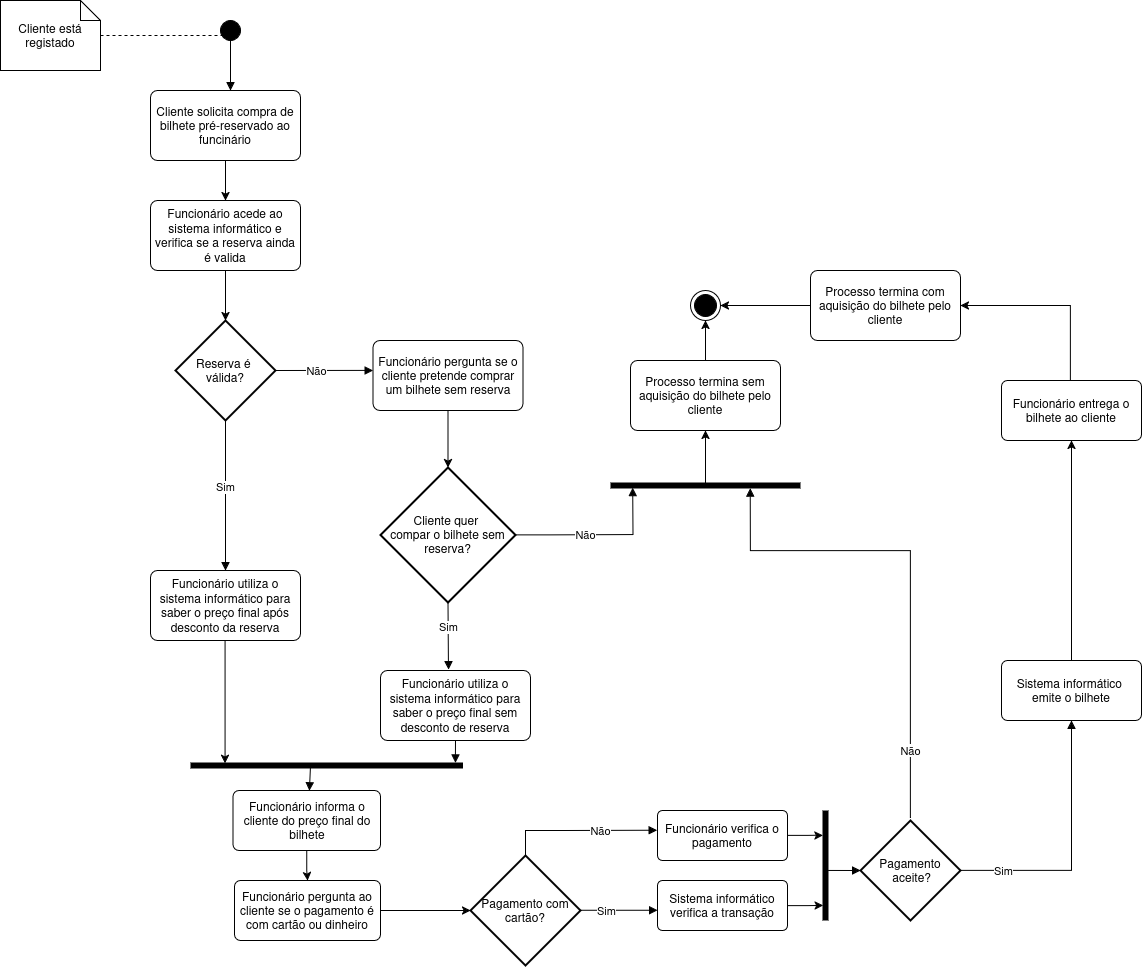
Earlier version of the draw.io export UML_Atividades.drawio.png (leorsd/ESOF_UML). Source tidied: cells renumbered, new cells last; positions are measured from the earlier drawing's top-left corner, leaving out a move shared by most shapes.
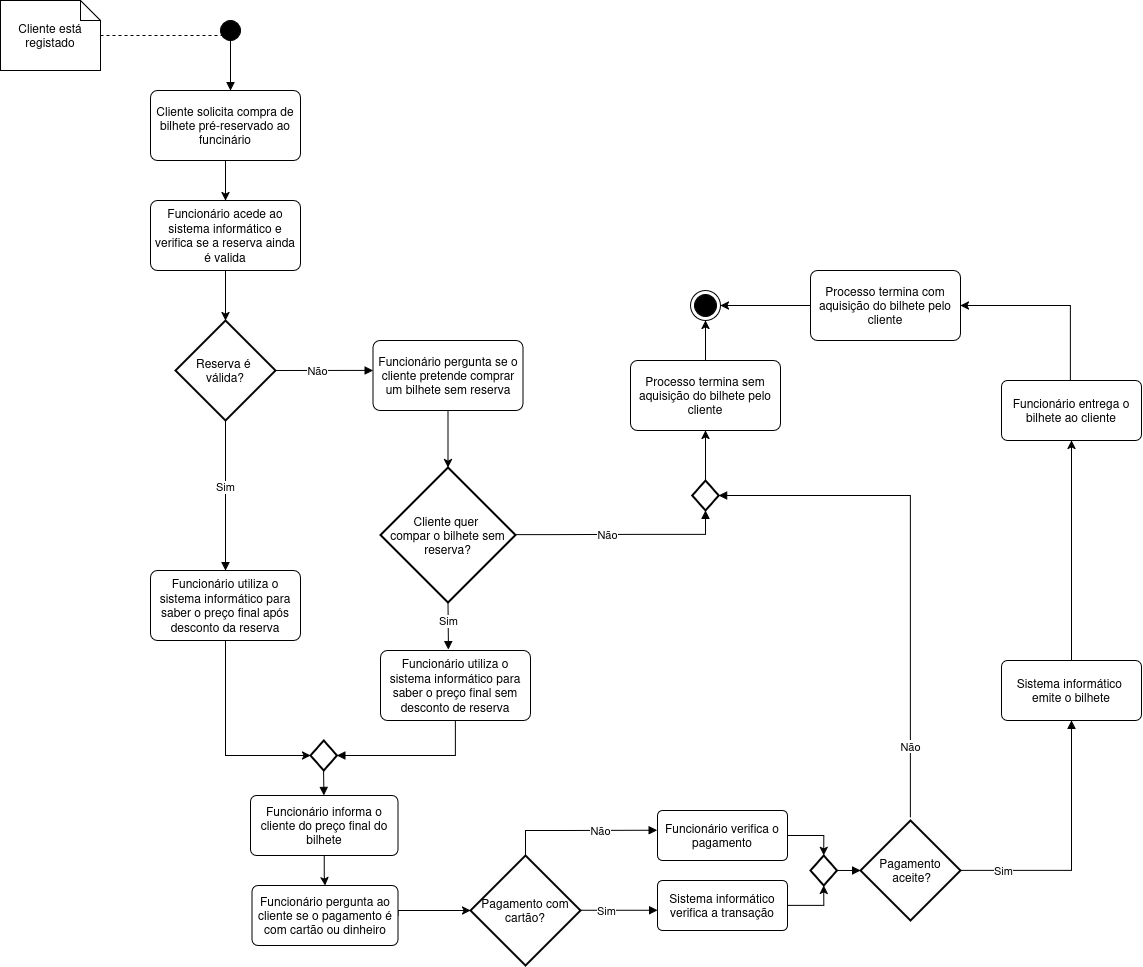
The same diagram one commit later.

The edit, as a diff of the source:
```diff
@@ -46,22 +46,23 @@
     <mxCell id="14" value="&lt;div&gt;Cliente quer&amp;nbsp;&lt;/div&gt;&lt;div&gt;compar o bilhete sem reserva?&lt;/div&gt;" style="strokeWidth=2;html=1;shape=mxgraph.flowchart.decision;whiteSpace=wrap;" parent="1" vertex="1">
       <mxGeometry x="380" y="467" width="135" height="135" as="geometry" />
     </mxCell>
-    <mxCell id="15" value="Não" style="endArrow=block;endSize=6;endFill=1;html=1;rounded=0;exitX=1;exitY=0.5;exitDx=0;exitDy=0;exitPerimeter=0;entryX=0.117;entryY=0.704;entryDx=0;entryDy=0;entryPerimeter=0;" parent="1" edge="1" target="42">
+    <mxCell id="15" value="Não" style="endArrow=block;endSize=6;endFill=1;html=1;rounded=0;exitX=1;exitY=0.5;exitDx=0;exitDy=0;exitPerimeter=0;entryX=0.5;entryY=1;entryDx=0;entryDy=0;entryPerimeter=0;" parent="1" edge="1" target="52">
       <mxGeometry x="-0.14" relative="1" as="geometry">
         <mxPoint x="515" y="534.3" as="sourcePoint" />
         <Array as="points">
           <mxPoint x="550" y="534.3" />
           <mxPoint x="632.5" y="534" />
+          <mxPoint x="705" y="534" />
         </Array>
       </mxGeometry>
     </mxCell>
     <mxCell id="16" value="Sim" style="html=1;verticalAlign=bottom;endArrow=block;curved=0;rounded=0;exitX=0.5;exitY=1;exitDx=0;exitDy=0;exitPerimeter=0;entryX=0.453;entryY=-0.011;entryDx=0;entryDy=0;entryPerimeter=0;" parent="1" edge="1" source="14" target="21">
-      <mxGeometry relative="1" as="geometry" />
+      <mxGeometry x="0.19" relative="1" as="geometry" />
     </mxCell>
-    <mxCell id="17" style="edgeStyle=orthogonalEdgeStyle;rounded=0;jettySize=auto;html=1;entryX=0.127;entryY=0.281;entryDx=0;entryDy=0;entryPerimeter=0;" parent="1" edge="1" source="18" target="22">
+    <mxCell id="17" style="edgeStyle=orthogonalEdgeStyle;rounded=0;jettySize=auto;html=1;entryX=0;entryY=0.5;entryDx=0;entryDy=0;entryPerimeter=0;" parent="1" edge="1" source="18" target="50">
       <mxGeometry relative="1" as="geometry">
         <Array as="points">
-          <mxPoint x="225" y="763" />
+          <mxPoint x="225" y="755" />
         </Array>
       </mxGeometry>
     </mxCell>
@@ -72,25 +73,33 @@
       <mxGeometry relative="1" as="geometry" />
     </mxCell>
     <mxCell id="20" value="Funcionário informa o cliente do preço final do bilhete " style="rounded=1;arcSize=10;whiteSpace=wrap;html=1;align=center;" parent="1" vertex="1">
-      <mxGeometry x="232.5" y="790" width="147.5" height="60" as="geometry" />
+      <mxGeometry x="250" y="795" width="147.5" height="60" as="geometry" />
     </mxCell>
     <mxCell id="21" value="Funcionário utiliza o sistema informático para saber o preço final sem desconto de reserva" style="rounded=1;arcSize=10;whiteSpace=wrap;html=1;align=center;" parent="1" vertex="1">
-      <mxGeometry x="380" y="670" width="150" height="70" as="geometry" />
+      <mxGeometry x="380" y="650" width="150" height="70" as="geometry" />
     </mxCell>
-    <mxCell id="22" style="line;strokeWidth=6;fillColor=none;align=left;verticalAlign=middle;spacingTop=-1;spacingLeft=3;spacingRight=3;labelPosition=right;points=[];portConstraint=eastwest;strokeColor=inherit;" parent="1" vertex="1">
-      <mxGeometry x="190" y="760" width="272.5" height="10" as="geometry" />
-    </mxCell>
-    <mxCell id="23" style="endArrow=block;html=1;rounded=0;exitX=0.5;exitY=1;exitDx=0;exitDy=0;endFill=1;entryX=0.972;entryY=0.242;entryDx=0;entryDy=0;entryPerimeter=0;" parent="1" edge="1" source="21" target="22">
-      <mxGeometry relative="1" as="geometry" />
+    <mxCell id="23" style="endArrow=block;html=1;rounded=0;exitX=0.5;exitY=1;exitDx=0;exitDy=0;endFill=1;entryX=1;entryY=0.5;entryDx=0;entryDy=0;entryPerimeter=0;" parent="1" edge="1" source="21" target="50">
+      <mxGeometry relative="1" as="geometry">
+        <Array as="points">
+          <mxPoint x="455" y="755" />
+        </Array>
+      </mxGeometry>
     </mxCell>
-    <mxCell id="24" style="endArrow=block;html=1;rounded=0;exitX=0.44;exitY=0.739;exitDx=0;exitDy=0;endFill=1;exitPerimeter=0;entryX=0.518;entryY=0.003;entryDx=0;entryDy=0;entryPerimeter=0;" parent="1" edge="1" source="22" target="20">
-      <mxGeometry relative="1" as="geometry" />
+    <mxCell id="24" style="endArrow=block;html=1;rounded=0;endFill=1;entryX=0.518;entryY=0.003;entryDx=0;entryDy=0;entryPerimeter=0;" parent="1" edge="1">
+      <mxGeometry relative="1" as="geometry">
+        <mxPoint x="323.1" y="769.8" as="sourcePoint" />
+        <mxPoint x="323.5" y="795" as="targetPoint" />
+      </mxGeometry>
     </mxCell>
     <mxCell id="25" value="Pagamento com cartão?" style="strokeWidth=2;html=1;shape=mxgraph.flowchart.decision;whiteSpace=wrap;" parent="1" vertex="1">
       <mxGeometry x="470" y="855" width="110" height="110" as="geometry" />
     </mxCell>
     <mxCell id="26" style="edgeStyle=orthogonalEdgeStyle;rounded=0;jettySize=auto;html=1;entryX=0;entryY=0.5;entryDx=0;entryDy=0;entryPerimeter=0;exitX=1;exitY=0.5;exitDx=0;exitDy=0;" parent="1" edge="1" source="48" target="25">
-      <mxGeometry relative="1" as="geometry" />
+      <mxGeometry relative="1" as="geometry">
+        <Array as="points">
+          <mxPoint x="398" y="910" />
+        </Array>
+      </mxGeometry>
     </mxCell>
     <mxCell id="27" value="Não" style="endArrow=block;endSize=6;endFill=1;html=1;rounded=0;exitX=0.5;exitY=0;exitDx=0;exitDy=0;exitPerimeter=0;entryX=-0.002;entryY=0.394;entryDx=0;entryDy=0;entryPerimeter=0;" parent="1" edge="1" source="25" target="38">
       <mxGeometry x="0.27" relative="1" as="geometry">
@@ -100,17 +109,15 @@
         </Array>
       </mxGeometry>
     </mxCell>
-    <mxCell id="28" style="line;strokeWidth=6;fillColor=none;align=left;verticalAlign=middle;spacingTop=-1;spacingLeft=3;spacingRight=3;labelPosition=right;points=[];portConstraint=eastwest;strokeColor=inherit;direction=south;" parent="1" vertex="1">
-      <mxGeometry x="820" y="810" width="10" height="110" as="geometry" />
-    </mxCell>
     <mxCell id="29" value="&lt;div&gt;Pagamento&lt;/div&gt;&lt;div&gt;&amp;nbsp;aceite?&lt;/div&gt;" style="strokeWidth=2;html=1;shape=mxgraph.flowchart.decision;whiteSpace=wrap;" parent="1" vertex="1">
       <mxGeometry x="860" y="820" width="100" height="100" as="geometry" />
     </mxCell>
     <mxCell id="30" style="ellipse;html=1;shape=endState;fillColor=#000000;strokeColor=#000000;" parent="1" vertex="1">
       <mxGeometry x="690" y="290" width="30" height="30" as="geometry" />
     </mxCell>
-    <mxCell id="31" style="endArrow=block;html=1;rounded=0;endFill=1;exitX=0.545;exitY=0.237;exitDx=0;exitDy=0;exitPerimeter=0;" parent="1" edge="1" source="28">
+    <mxCell id="31" style="endArrow=block;html=1;rounded=0;endFill=1;exitX=0.545;exitY=0.237;exitDx=0;exitDy=0;exitPerimeter=0;" parent="1" edge="1">
       <mxGeometry relative="1" as="geometry">
+        <mxPoint x="827.6" y="869.9" as="sourcePoint" />
         <mxPoint x="860" y="870" as="targetPoint" />
       </mxGeometry>
     </mxCell>
@@ -136,13 +143,13 @@
     <mxCell id="36" value="Funcionário entrega o bilhete ao cliente" style="rounded=1;arcSize=10;whiteSpace=wrap;html=1;align=center;" parent="1" vertex="1">
       <mxGeometry x="1001" y="380" width="140" height="60" as="geometry" />
     </mxCell>
-    <mxCell id="37" style="edgeStyle=orthogonalEdgeStyle;rounded=0;jettySize=auto;html=1;entryX=0.225;entryY=0.747;entryDx=0;entryDy=0;entryPerimeter=0;" parent="1" edge="1" source="38" target="28">
+    <mxCell id="37" style="edgeStyle=orthogonalEdgeStyle;rounded=0;jettySize=auto;html=1;entryX=0.5;entryY=0;entryDx=0;entryDy=0;entryPerimeter=0;" parent="1" edge="1" source="38" target="51">
       <mxGeometry relative="1" as="geometry" />
     </mxCell>
     <mxCell id="38" value="Funcionário verifica o pagamento" style="rounded=1;arcSize=10;whiteSpace=wrap;html=1;align=center;" parent="1" vertex="1">
       <mxGeometry x="657" y="810" width="130" height="50" as="geometry" />
     </mxCell>
-    <mxCell id="39" style="edgeStyle=orthogonalEdgeStyle;rounded=0;jettySize=auto;html=1;entryX=0.862;entryY=0.727;entryDx=0;entryDy=0;entryPerimeter=0;" parent="1" edge="1" source="40" target="28">
+    <mxCell id="39" style="edgeStyle=orthogonalEdgeStyle;rounded=0;jettySize=auto;html=1;entryX=0.5;entryY=1;entryDx=0;entryDy=0;entryPerimeter=0;" parent="1" edge="1" source="40" target="51">
       <mxGeometry relative="1" as="geometry" />
     </mxCell>
     <mxCell id="40" value="Sistema informático verifica a transação" style="rounded=1;arcSize=10;whiteSpace=wrap;html=1;align=center;" parent="1" vertex="1">
@@ -154,9 +161,6 @@
         <mxPoint x="657" y="909.8" as="targetPoint" />
       </mxGeometry>
     </mxCell>
-    <mxCell id="42" style="line;strokeWidth=6;fillColor=none;align=left;verticalAlign=middle;spacingTop=-1;spacingLeft=3;spacingRight=3;labelPosition=right;points=[];portConstraint=eastwest;strokeColor=inherit;" parent="1" vertex="1">
-      <mxGeometry x="610" y="480" width="190" height="10" as="geometry" />
-    </mxCell>
     <mxCell id="43" style="edgeStyle=orthogonalEdgeStyle;rounded=0;jettySize=auto;html=1;entryX=0.5;entryY=1;entryDx=0;entryDy=0;" parent="1" edge="1" source="44" target="30">
       <mxGeometry relative="1" as="geometry" />
     </mxCell>
@@ -173,21 +177,33 @@
     <mxCell id="46" value="&lt;div&gt;Processo termina com&lt;/div&gt;&lt;div&gt;aquisição do bilhete pelo cliente&lt;/div&gt;" style="rounded=1;arcSize=10;whiteSpace=wrap;html=1;align=center;" parent="1" vertex="1">
       <mxGeometry x="810" y="270" width="150" height="70" as="geometry" />
     </mxCell>
-    <mxCell id="47" style="endArrow=classic;html=1;rounded=0;entryX=0.5;entryY=1;entryDx=0;entryDy=0;exitX=0.5;exitY=0.319;exitDx=0;exitDy=0;exitPerimeter=0;" parent="1" edge="1" source="42" target="44">
-      <mxGeometry relative="1" as="geometry" />
+    <mxCell id="47" style="endArrow=classic;html=1;rounded=0;entryX=0.5;entryY=1;entryDx=0;entryDy=0;exitX=0.5;exitY=0.319;exitDx=0;exitDy=0;exitPerimeter=0;" parent="1" edge="1" target="44">
+      <mxGeometry relative="1" as="geometry">
+        <mxPoint x="705" y="483.2" as="sourcePoint" />
+      </mxGeometry>
     </mxCell>
     <mxCell id="48" value="Funcionário pergunta ao cliente se o pagamento é com cartão ou dinheiro " style="rounded=1;arcSize=10;whiteSpace=wrap;html=1;align=center;" parent="1" vertex="1">
-      <mxGeometry x="234" y="880" width="146" height="60" as="geometry" />
+      <mxGeometry x="251.5" y="885" width="146" height="60" as="geometry" />
     </mxCell>
-    <mxCell id="49" value="Não" style="endArrow=block;endSize=6;endFill=1;html=1;rounded=0;entryX=0.736;entryY=0.752;entryDx=0;entryDy=0;entryPerimeter=0;" parent="1" edge="1" target="42">
+    <mxCell id="49" value="Não" style="endArrow=block;endSize=6;endFill=1;html=1;rounded=0;entryX=1;entryY=0.5;entryDx=0;entryDy=0;entryPerimeter=0;" parent="1" edge="1" target="52">
       <mxGeometry x="-0.73" relative="1" as="geometry">
         <mxPoint x="910" y="817" as="sourcePoint" />
         <Array as="points">
           <mxPoint x="910" y="750" />
           <mxPoint x="910" y="550" />
-          <mxPoint x="750" y="550" />
+          <mxPoint x="910" y="495" />
+          <mxPoint x="830" y="495" />
         </Array>
       </mxGeometry>
     </mxCell>
+    <mxCell id="50" style="strokeWidth=2;html=1;shape=mxgraph.flowchart.decision;whiteSpace=wrap;" parent="1" vertex="1">
+      <mxGeometry x="310" y="740" width="26.5" height="30" as="geometry" />
+    </mxCell>
+    <mxCell id="51" style="strokeWidth=2;html=1;shape=mxgraph.flowchart.decision;whiteSpace=wrap;" parent="1" vertex="1">
+      <mxGeometry x="810" y="855" width="26.5" height="30" as="geometry" />
+    </mxCell>
+    <mxCell id="52" style="strokeWidth=2;html=1;shape=mxgraph.flowchart.decision;whiteSpace=wrap;" parent="1" vertex="1">
+      <mxGeometry x="691.8" y="480" width="26.5" height="30" as="geometry" />
+    </mxCell>
   </root>
 </mxGraphModel>
```
